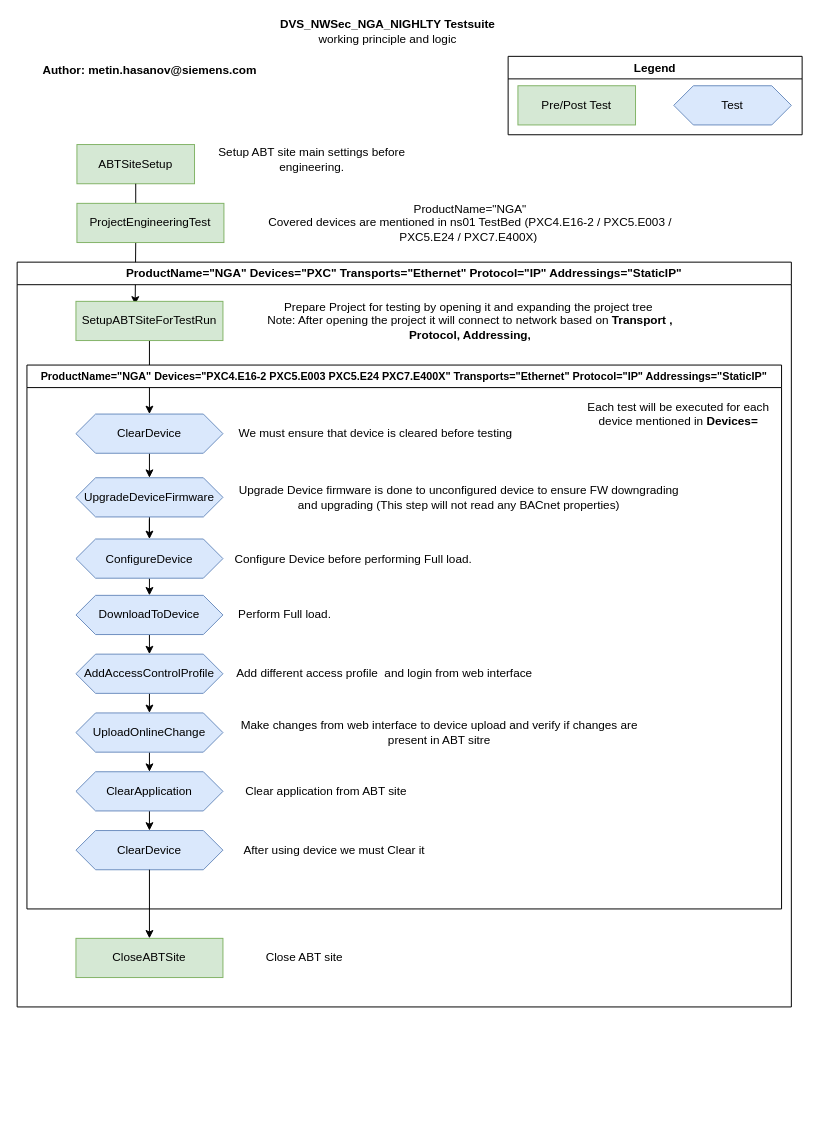
This is Untitled Diagram.drawio from metin941/DVS-Network-Scurity, a draw.io file, before an edit. Source tidied: cells renumbered, new cells numbered last; positions are measured from the earlier drawing's top-left corner, leaving out a move shared by most shapes. Both pictures are drawn from the tidied source at 98%, with x=0, y=0 at pixel (17, 17). Pictures stored in the file or linked from it are replaced by grey dashed boxes.
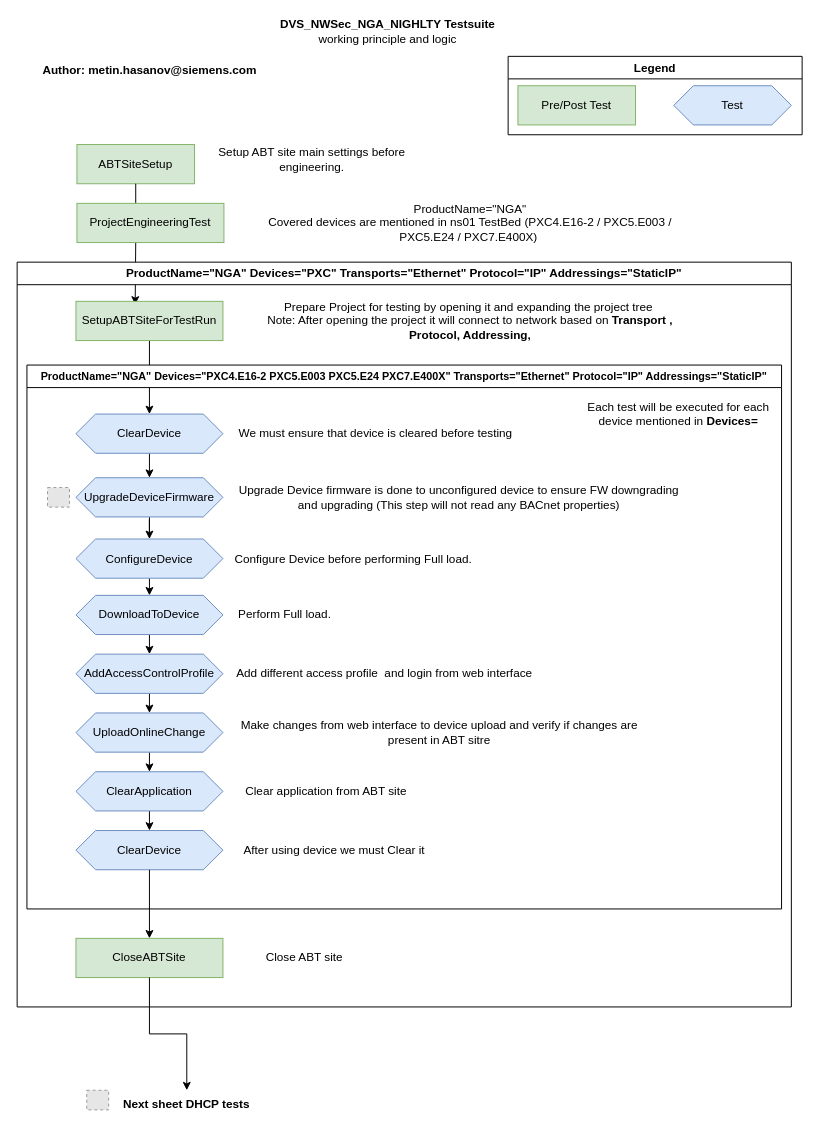
The same diagram, later.

The change refers to these unchanged cells:
```xml
<mxCell id="14" value="&lt;font style=&quot;font-size: 11px;&quot;&gt;ProductName=&quot;NGA&quot; Devices=&quot;PXC4.E16-2 PXC5.E003 PXC5.E24 PXC7.E400X&quot; Transports=&quot;Ethernet&quot; Protocol=&quot;IP&quot; Addressings=&quot;StaticIP&quot;&lt;/font&gt;" style="swimlane;whiteSpace=wrap;html=1;" parent="10" vertex="1">
  <mxGeometry x="10" y="105" width="770" height="555" as="geometry" />
</mxCell>
<mxCell id="39" value="CloseABTSite" style="rounded=0;whiteSpace=wrap;html=1;fillColor=#d5e8d4;strokeColor=#82b366;" parent="10" vertex="1">
  <mxGeometry x="60" y="690" width="150" height="40" as="geometry" />
</mxCell>
```

What changed in the source:
```diff
@@
+    <mxCell id="44" style="fillColor=#E6E6E6;strokeColor=#999999;dashed=1;verticalLabelPosition=bottom;verticalAlign=top;" parent="14" vertex="1">
+      <mxGeometry x="21" y="125" width="22.4" height="20" as="geometry" />
+    </mxCell>
@@
+    <mxCell id="45" value="&lt;b&gt;Next sheet DHCP tests&lt;/b&gt;" style="text;html=1;align=center;verticalAlign=middle;whiteSpace=wrap;rounded=0;" parent="1" vertex="1">
+      <mxGeometry x="105.3" y="1095" width="135.7" height="30" as="geometry" />
+    </mxCell>
+    <mxCell id="46" style="edgeStyle=orthogonalEdgeStyle;rounded=0;jettySize=auto;html=1;exitX=0.5;exitY=1;exitDx=0;exitDy=0;" parent="1" edge="1" source="39" target="45">
+      <mxGeometry relative="1" as="geometry" />
+    </mxCell>
+    <mxCell id="47" style="fillColor=#E6E6E6;strokeColor=#999999;dashed=1;verticalLabelPosition=bottom;verticalAlign=top;" parent="1" vertex="1">
+      <mxGeometry x="71" y="1095" width="22.4" height="20" as="geometry" />
+    </mxCell>
```
